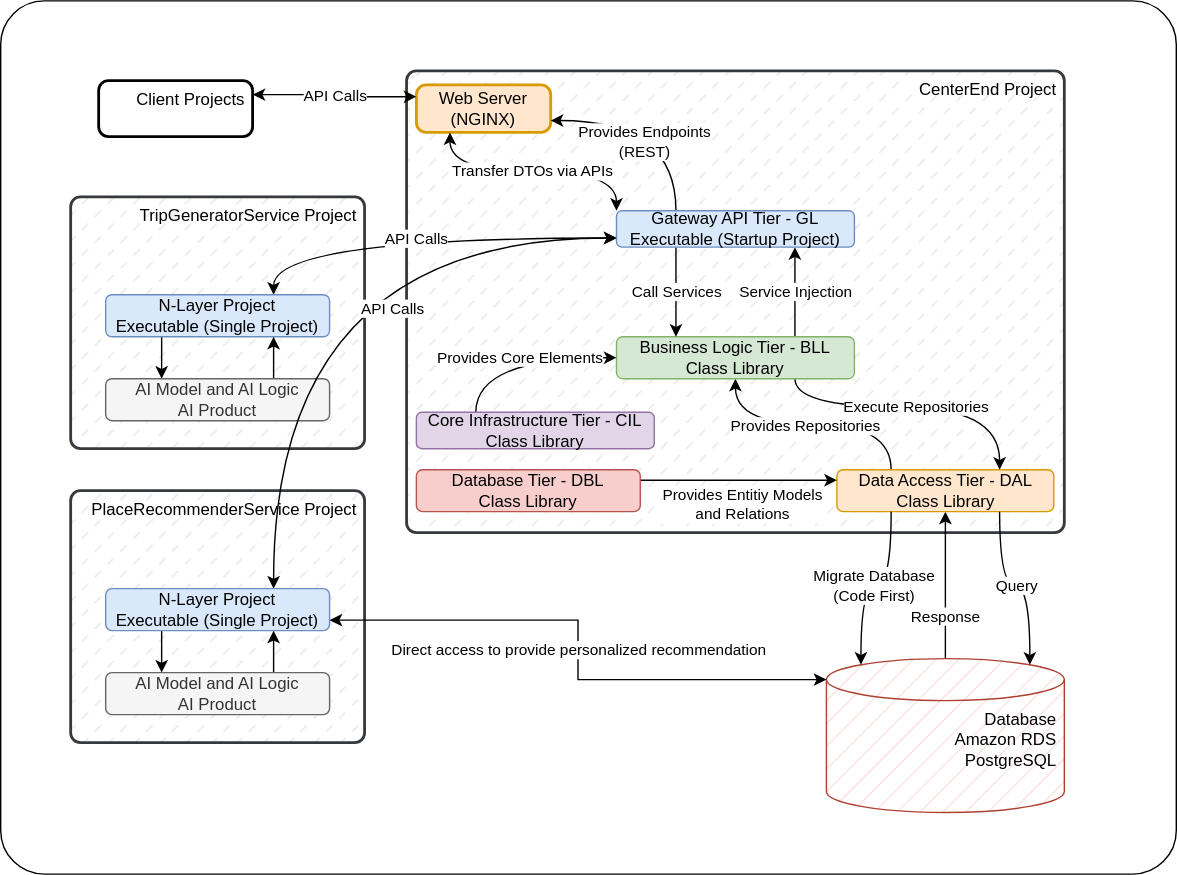
KahlerYasla/wayou-lt keeps this draw.io diagram as software-architecture.svg. Above is the earlier version. Source tidied: cells renumbered, new cells last; positions are measured from the earlier drawing's top-left corner, leaving out a move shared by most shapes.
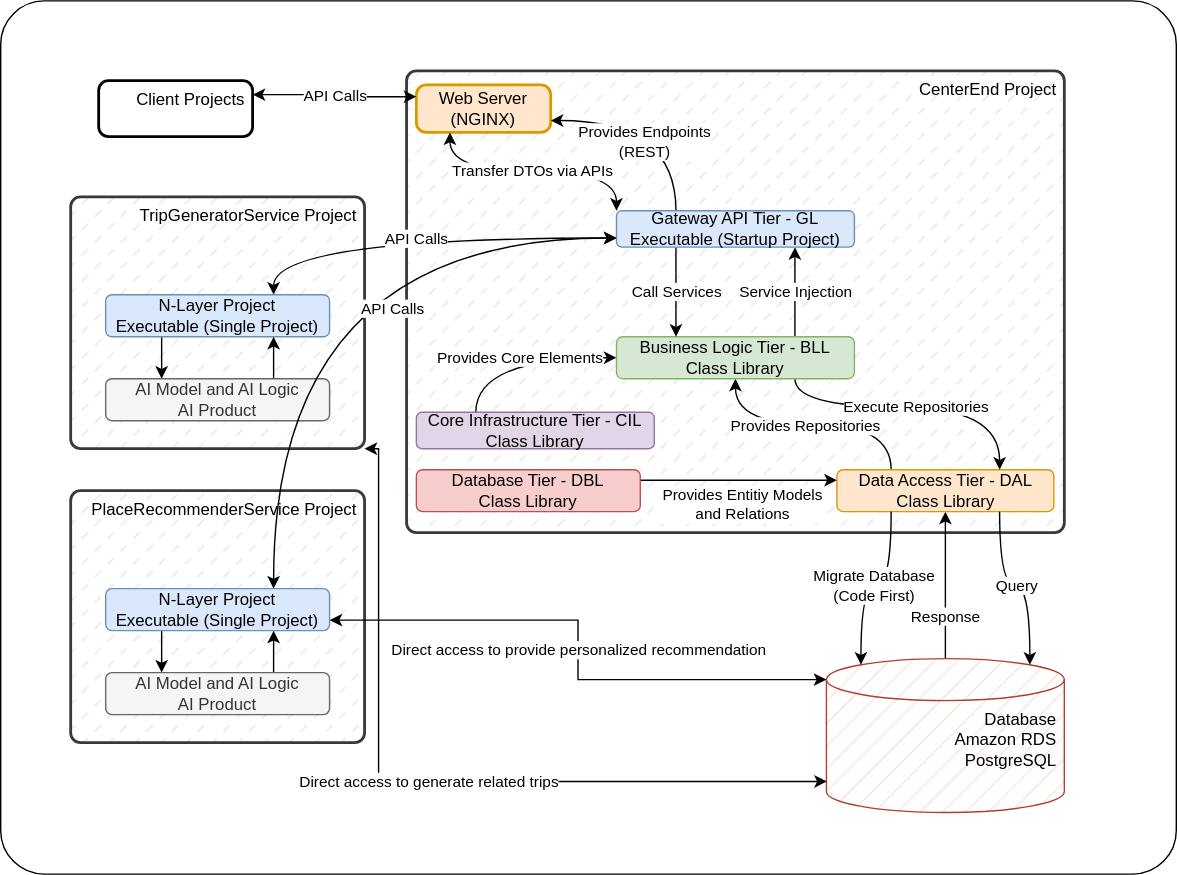
The same diagram one commit later.

The edit, as a diff of the source:
```diff
@@ -121,5 +121,13 @@
     <mxCell id="37" value="Direct access to provide personalized recommendation" style="edgeStyle=orthogonalEdgeStyle;rounded=0;jettySize=auto;html=1;exitX=1;exitY=0.75;exitDx=0;exitDy=0;entryX=0;entryY=0;entryDx=0;entryDy=15;entryPerimeter=0;startArrow=classic;startFill=1;" parent="1" edge="1" source="34" target="7">
       <mxGeometry relative="1" as="geometry" />
     </mxCell>
+    <mxCell id="38" value="Direct access to generate related trips" style="edgeStyle=orthogonalEdgeStyle;rounded=0;jettySize=auto;html=1;exitX=1;exitY=1;exitDx=0;exitDy=0;entryX=0.002;entryY=0.798;entryDx=0;entryDy=0;entryPerimeter=0;startArrow=classic;startFill=1;" parent="1" edge="1" source="8" target="7">
+      <mxGeometry relative="1" as="geometry">
+        <Array as="points">
+          <mxPoint x="270" y="320" />
+          <mxPoint x="270" y="558" />
+        </Array>
+      </mxGeometry>
+    </mxCell>
   </root>
 </mxGraphModel>
```
